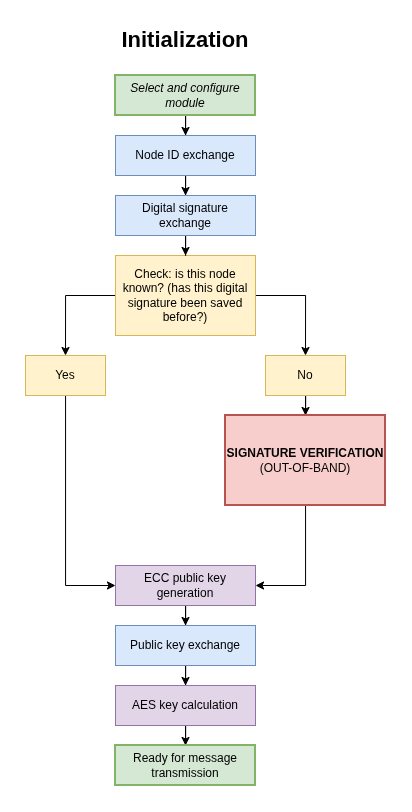
igmunv/cryptolayer-base keeps this draw.io diagram as docs/diagrams/init-EN.png. Above is the earlier version. Source tidied: cells renumbered, new cells last; positions are measured from the earlier drawing's top-left corner, leaving out a move shared by most shapes.
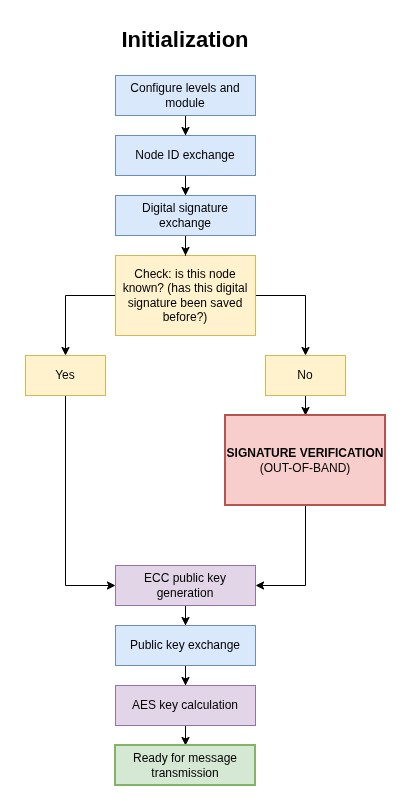
Later version of the same file.

Change to the diagram source:
```diff
@@ -5,7 +5,7 @@
     <mxCell id="2" style="edgeStyle=orthogonalEdgeStyle;rounded=0;jettySize=auto;html=1;entryX=0.5;entryY=0;entryDx=0;entryDy=0;" parent="1" edge="1" source="3" target="12">
       <mxGeometry relative="1" as="geometry" />
     </mxCell>
-    <mxCell id="3" value="&lt;i&gt;Select and configure module&lt;/i&gt;" style="rounded=0;whiteSpace=wrap;html=1;fillColor=#d5e8d4;strokeColor=#82b366;strokeWidth=2;" parent="1" vertex="1">
+    <mxCell id="3" value="&lt;span&gt;Configure levels and module&lt;/span&gt;" style="rounded=0;whiteSpace=wrap;html=1;fillColor=#dae8fc;strokeColor=#6c8ebf;strokeWidth=1;fontStyle=0;" parent="1" vertex="1">
       <mxGeometry x="90" y="50" width="140" height="40" as="geometry" />
     </mxCell>
     <mxCell id="4" style="edgeStyle=orthogonalEdgeStyle;rounded=0;jettySize=auto;html=1;entryX=0.5;entryY=0;entryDx=0;entryDy=0;" parent="1" edge="1" source="5" target="7">
```
